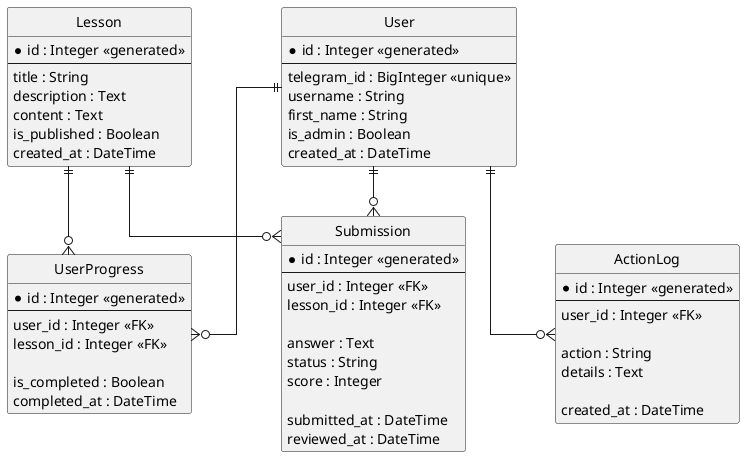
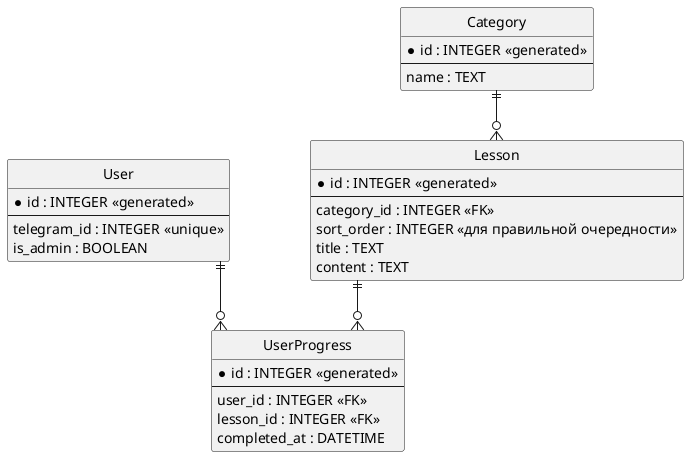
@startuml
- 
hide circle
skinparam linetype ortho
- skinparam nodesep 90
+ skinparam nodesep 80
skinparam ranksep 50

entity User {
-   *id : Integer <<generated>>
+   * id : INTEGER <<generated>>
  --
-   telegram_id : BigInteger <<unique>>
-   username : String
-   first_name : String
-   is_admin : Boolean
-   created_at : DateTime
+   telegram_id : INTEGER <<unique>>
+   is_admin : BOOLEAN
+ }
+ 
+ entity Category {
+   * id : INTEGER <<generated>>
+   --
+   name : TEXT
}

entity Lesson {
-   *id : Integer <<generated>>
+   * id : INTEGER <<generated>>
  --
-   title : String
-   description : Text
-   content : Text
-   is_published : Boolean
-   created_at : DateTime
- }
- 
- entity Submission {
-   *id : Integer <<generated>>
-   --
-   user_id : Integer <<FK>>
-   lesson_id : Integer <<FK>>
- 
-   answer : Text
-   status : String
-   score : Integer
- 
-   submitted_at : DateTime
-   reviewed_at : DateTime
+   category_id : INTEGER <<FK>>
+   sort_order : INTEGER <<для правильной очередности>>
+   title : TEXT
+   content : TEXT
}

entity UserProgress {
-   *id : Integer <<generated>>
+   * id : INTEGER <<generated>>
  --
-   user_id : Integer <<FK>>
-   lesson_id : Integer <<FK>>
- 
-   is_completed : Boolean
-   completed_at : DateTime
+   user_id : INTEGER <<FK>>
+   lesson_id : INTEGER <<FK>>
+   completed_at : DATETIME
}

- entity ActionLog {
-   *id : Integer <<generated>>
-   --
-   user_id : Integer <<FK>>
- 
-   action : String
-   details : Text
- 
-   created_at : DateTime
- }
- 
- User ||--o{ Submission
- Lesson ||--o{ Submission
- 
+ ' Связи
+ Category ||--o{ Lesson
User ||--o{ UserProgress
Lesson ||--o{ UserProgress
- 
- User ||--o{ ActionLog
- 
@enduml